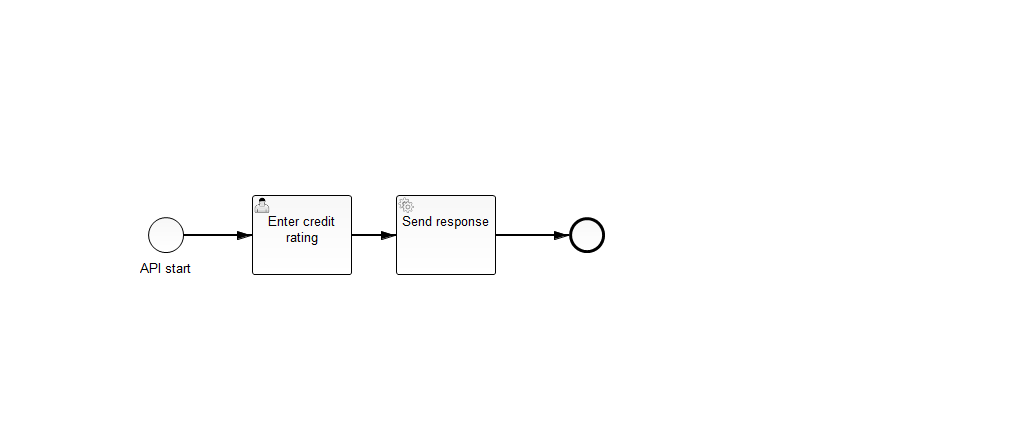
Earlier version of the BPMN export GMNYworkflow/gmny/src/main/resources/00-GTA-simulation.png (shaunthomas999/GMNY-WFM-CaseStudy). Its source is kept beside it as GMNYworkflow/gmny/src/main/resources/00-GTA-simulation.bpmn. Ids are renumbered.
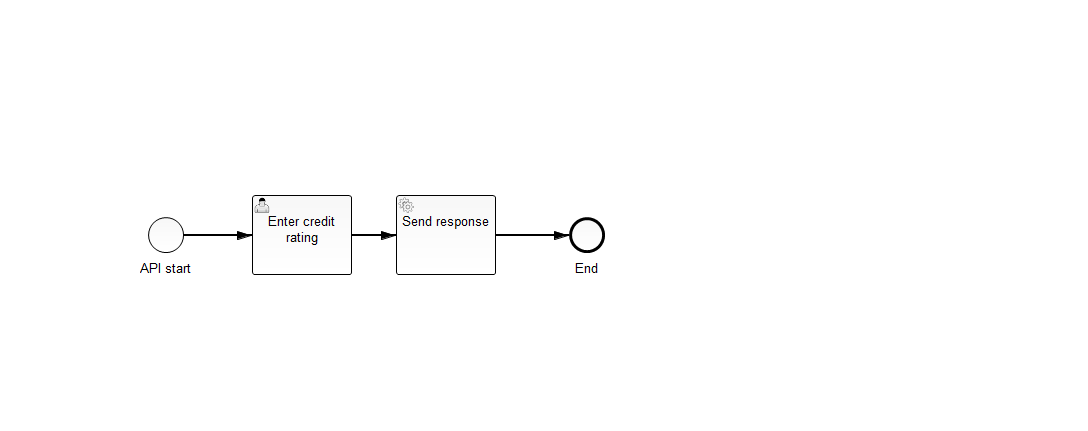
After the commit.

The edit, as a diff of the source:
```diff
@@ -33,7 +33,7 @@
       <bpmn2:incoming>SequenceFlow_2</bpmn2:incoming>
       <bpmn2:outgoing>SequenceFlow_3</bpmn2:outgoing>
     </bpmn2:serviceTask>
-    <bpmn2:endEvent id="EndEvent_1">
+    <bpmn2:endEvent id="EndEvent_1" name="End">
       <bpmn2:incoming>SequenceFlow_3</bpmn2:incoming>
     </bpmn2:endEvent>
     <bpmn2:sequenceFlow id="SequenceFlow_1" name="" sourceRef="StartEvent_1" targetRef="UserTask_1"/>
```
